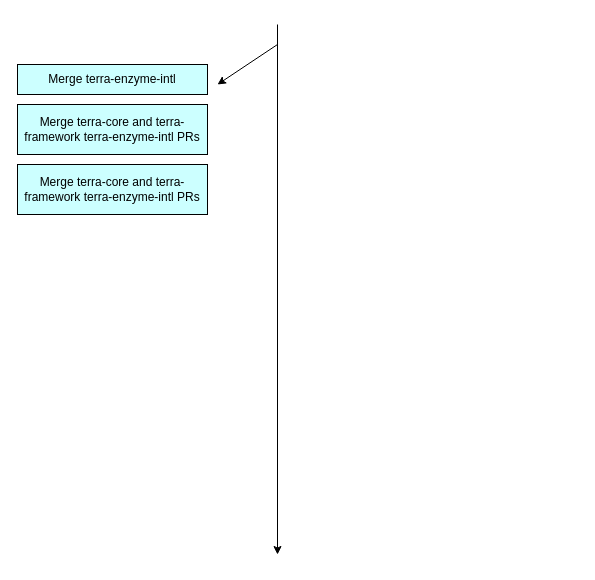
The draw.io diagram Untitled Diagram.drawio in bjankord/Base.css, before the edit. Source tidied: cells renumbered, new cells numbered last; positions are measured from the earlier drawing's top-left corner, leaving out a move shared by most shapes. Both pictures are drawn from the tidied source at 100%, with x=0, y=0 at pixel (17, 24).
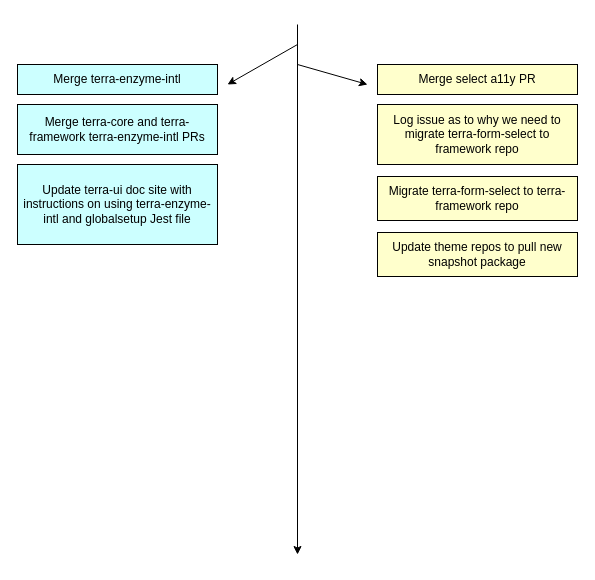
Above is the later version.

What changed in the source:
```diff
@@
 <mxGraphModel>
   <root>
     <mxCell id="0" />
     <mxCell id="1" parent="0" />
     <mxCell id="2" style="endArrow=classic;html=1;" parent="1" edge="1">
       <mxGeometry relative="1" as="geometry">
-        <mxPoint x="260" as="sourcePoint" />
-        <mxPoint x="260" y="530" as="targetPoint" />
+        <mxPoint x="280" as="sourcePoint" />
+        <mxPoint x="280" y="530" as="targetPoint" />
       </mxGeometry>
     </mxCell>
     <mxCell id="3" style="endArrow=classic;html=1;" parent="1" edge="1">
       <mxGeometry relative="1" as="geometry">
-        <mxPoint x="260" y="20" as="sourcePoint" />
-        <mxPoint x="200" y="60" as="targetPoint" />
+        <mxPoint x="280" y="20" as="sourcePoint" />
+        <mxPoint x="210" y="60" as="targetPoint" />
       </mxGeometry>
     </mxCell>
     <mxCell id="4" value="Merge terra-enzyme-intl" style="rounded=0;whiteSpace=wrap;html=1;fillColor=#CCFFFF;" parent="1" vertex="1">
-      <mxGeometry y="40" width="190" height="30" as="geometry" />
+      <mxGeometry y="40" width="200" height="30" as="geometry" />
     </mxCell>
     <mxCell id="5" value="&lt;span id=&quot;docs-internal-guid-9a763968-7fff-6fca-603b-f5bd0c2b2e99&quot;&gt;&lt;p dir=&quot;ltr&quot;&gt;&lt;span&gt;Merge terra-core and terra-framework terra-enzyme-intl PRs&lt;/span&gt;&lt;/p&gt;&lt;/span&gt;" style="rounded=0;whiteSpace=wrap;html=1;fillColor=#CCFFFF;" parent="1" vertex="1">
-      <mxGeometry y="80" width="190" height="50" as="geometry" />
+      <mxGeometry y="80" width="200" height="50" as="geometry" />
     </mxCell>
-    <mxCell id="6" value="&lt;span id=&quot;docs-internal-guid-9a763968-7fff-6fca-603b-f5bd0c2b2e99&quot;&gt;&lt;p dir=&quot;ltr&quot;&gt;&lt;span&gt;Merge terra-core and terra-framework terra-enzyme-intl PRs&lt;/span&gt;&lt;/p&gt;&lt;/span&gt;" style="rounded=0;whiteSpace=wrap;html=1;fillColor=#CCFFFF;" parent="1" vertex="1">
-      <mxGeometry y="140" width="190" height="50" as="geometry" />
+    <mxCell id="6" value="&lt;span id=&quot;docs-internal-guid-9a763968-7fff-6fca-603b-f5bd0c2b2e99&quot;&gt;&lt;p dir=&quot;ltr&quot;&gt;&lt;/p&gt;&lt;p dir=&quot;ltr&quot;&gt;&lt;span&gt;Update terra-ui doc site with instructions on using terra-enzyme-intl and globalsetup Jest file&lt;/span&gt;&lt;/p&gt;&lt;/span&gt;" style="rounded=0;whiteSpace=wrap;html=1;fillColor=#CCFFFF;" parent="1" vertex="1">
+      <mxGeometry y="140" width="200" height="80" as="geometry" />
     </mxCell>
+    <mxCell id="7" value="Merge select a11y PR" style="rounded=0;whiteSpace=wrap;html=1;fillColor=#FFFFCC;" parent="1" vertex="1">
+      <mxGeometry x="360" y="40" width="200" height="30" as="geometry" />
+    </mxCell>
+    <mxCell id="8" value="&lt;span id=&quot;docs-internal-guid-9a763968-7fff-6fca-603b-f5bd0c2b2e99&quot;&gt;&lt;p dir=&quot;ltr&quot;&gt;&lt;/p&gt;&lt;p dir=&quot;ltr&quot;&gt;&lt;span&gt;Log issue as to why we need to migrate terra-form-select to framework repo&lt;/span&gt;&lt;/p&gt;&lt;/span&gt;" style="rounded=0;whiteSpace=wrap;html=1;fillColor=#FFFFCC;" parent="1" vertex="1">
+      <mxGeometry x="360" y="80" width="200" height="60" as="geometry" />
+    </mxCell>
+    <mxCell id="9" value="&lt;span id=&quot;docs-internal-guid-9a763968-7fff-6fca-603b-f5bd0c2b2e99&quot;&gt;&lt;p dir=&quot;ltr&quot;&gt;&lt;/p&gt;&lt;p dir=&quot;ltr&quot;&gt;&lt;/p&gt;&lt;p dir=&quot;ltr&quot;&gt;&lt;span&gt;Migrate terra-form-select to terra-framework repo&lt;/span&gt;&lt;/p&gt;&lt;/span&gt;" style="rounded=0;whiteSpace=wrap;html=1;fillColor=#FFFFCC;" parent="1" vertex="1">
+      <mxGeometry x="360" y="152" width="200" height="44" as="geometry" />
+    </mxCell>
+    <mxCell id="10" style="endArrow=classic;html=1;" parent="1" edge="1">
+      <mxGeometry relative="1" as="geometry">
+        <mxPoint x="280" y="40" as="sourcePoint" />
+        <mxPoint x="350" y="60" as="targetPoint" />
+      </mxGeometry>
+    </mxCell>
+    <mxCell id="11" value="&lt;span id=&quot;docs-internal-guid-9a763968-7fff-6fca-603b-f5bd0c2b2e99&quot;&gt;&lt;p dir=&quot;ltr&quot;&gt;&lt;/p&gt;&lt;p dir=&quot;ltr&quot;&gt;&lt;/p&gt;&lt;p dir=&quot;ltr&quot;&gt;&lt;/p&gt;&lt;p dir=&quot;ltr&quot;&gt;&lt;span&gt;Update theme repos to pull new snapshot package&lt;/span&gt;&lt;/p&gt;&lt;/span&gt;" style="rounded=0;whiteSpace=wrap;html=1;fillColor=#FFFFCC;" parent="1" vertex="1">
+      <mxGeometry x="360" y="208" width="200" height="44" as="geometry" />
+    </mxCell>
   </root>
 </mxGraphModel>
```
